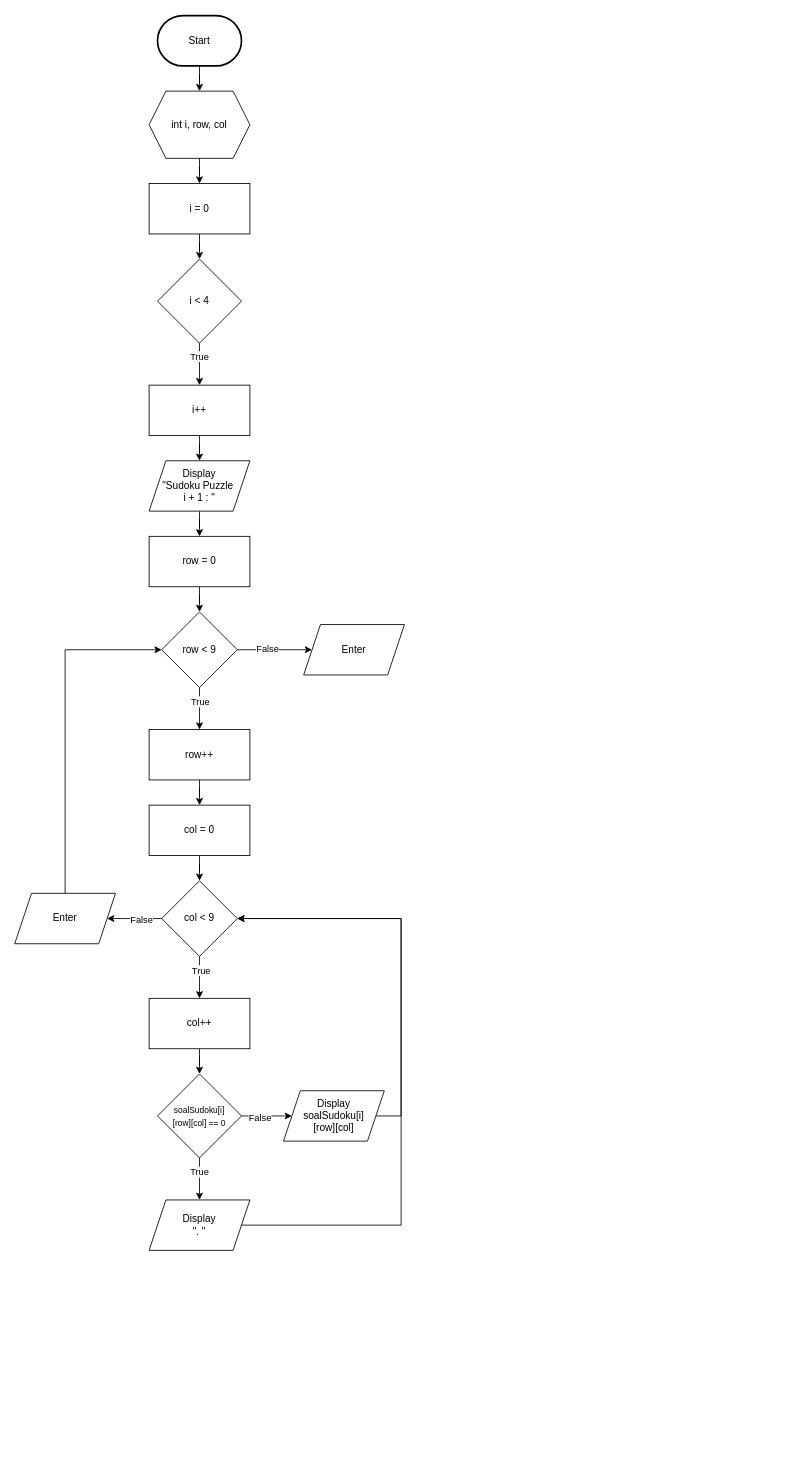
elikawicaksana/BuildIT_BasisData keeps this draw.io diagram as page "Main" (1 of 2) of sudoku.drawio. Above is the earlier version. Source tidied: cells renumbered, new cells numbered last; positions are measured from the earlier drawing's top-left corner, leaving out a move shared by most shapes. Both pictures are drawn from the tidied source at 84%, with x=0, y=0 at pixel (14, 15).
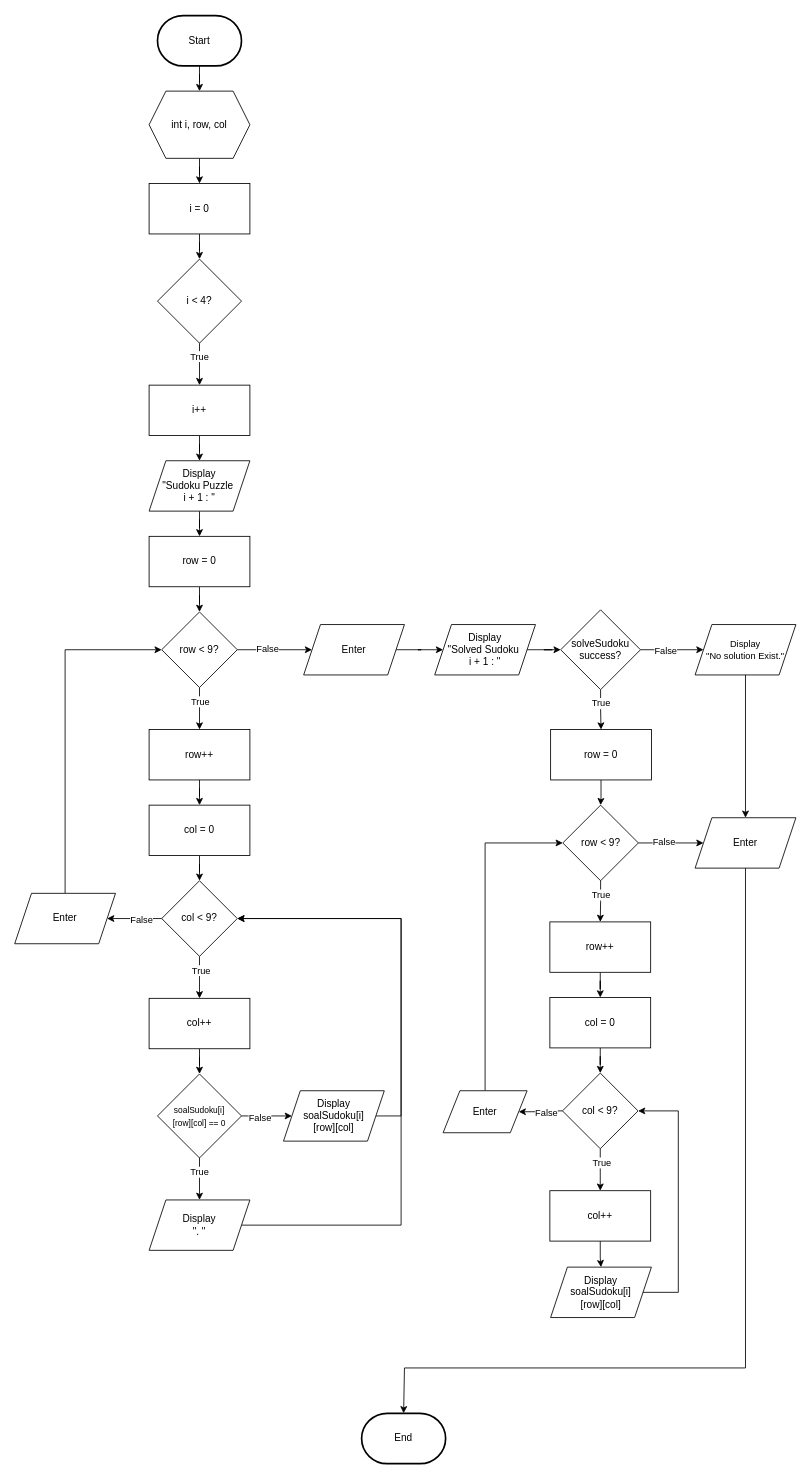
After the change.

The change refers to these unchanged cells:
```xml
<mxCell id="44" value="Enter" style="shape=parallelogram;perimeter=parallelogramPerimeter;whiteSpace=wrap;html=1;fixedSize=1;" parent="1" vertex="1">
  <mxGeometry x="344" y="725" width="120" height="60" as="geometry" />
</mxCell>
```

What changed in the source:
```diff
@@
-    <mxCell id="10" value="i &amp;lt; 4" style="rhombus;whiteSpace=wrap;html=1;" parent="1" vertex="1">
+    <mxCell id="10" value="i &amp;lt; 4?" style="rhombus;whiteSpace=wrap;html=1;" parent="1" vertex="1">
       <mxGeometry x="170" y="290" width="100" height="100" as="geometry" />
     </mxCell>
@@
-    <mxCell id="21" value="row &amp;lt; 9" style="rhombus;whiteSpace=wrap;html=1;" parent="1" vertex="1">
+    <mxCell id="21" value="row &amp;lt; 9?" style="rhombus;whiteSpace=wrap;html=1;" parent="1" vertex="1">
       <mxGeometry x="175" y="710" width="90" height="90" as="geometry" />
     </mxCell>
@@
-    <mxCell id="30" value="col &amp;lt; 9" style="rhombus;whiteSpace=wrap;html=1;" parent="1" vertex="1">
+    <mxCell id="30" value="col &amp;lt; 9?" style="rhombus;whiteSpace=wrap;html=1;" parent="1" vertex="1">
       <mxGeometry x="175" y="1030" width="90" height="90" as="geometry" />
     </mxCell>
@@
+    <mxCell id="45" style="edgeStyle=orthogonalEdgeStyle;rounded=0;jettySize=auto;html=1;entryX=0;entryY=0.5;entryDx=0;entryDy=0;" parent="1" edge="1" source="44" target="47">
+      <mxGeometry relative="1" as="geometry" />
+    </mxCell>
@@
+    <mxCell id="46" style="edgeStyle=orthogonalEdgeStyle;rounded=0;jettySize=auto;html=1;entryX=0;entryY=0.5;entryDx=0;entryDy=0;" parent="1" edge="1" source="47" target="52">
+      <mxGeometry relative="1" as="geometry" />
+    </mxCell>
+    <mxCell id="47" value="Display&lt;div&gt;&quot;Solved Sudoku&amp;nbsp;&lt;/div&gt;&lt;div&gt;i + 1 : &quot;&lt;/div&gt;" style="shape=parallelogram;perimeter=parallelogramPerimeter;whiteSpace=wrap;html=1;fixedSize=1;" parent="1" vertex="1">
+      <mxGeometry x="500" y="725" width="120" height="60" as="geometry" />
+    </mxCell>
+    <mxCell id="48" style="edgeStyle=orthogonalEdgeStyle;rounded=0;jettySize=auto;html=1;entryX=0;entryY=0.5;entryDx=0;entryDy=0;" parent="1" edge="1" source="52" target="54">
+      <mxGeometry relative="1" as="geometry" />
+    </mxCell>
+    <mxCell id="49" value="False" style="edgeLabel;html=1;align=center;verticalAlign=middle;" parent="48" vertex="1">
+      <mxGeometry x="-0.22" relative="1" as="geometry" />
+    </mxCell>
+    <mxCell id="50" style="edgeStyle=orthogonalEdgeStyle;rounded=0;jettySize=auto;html=1;entryX=0.5;entryY=0;entryDx=0;entryDy=0;" parent="1" edge="1" source="52" target="56">
+      <mxGeometry relative="1" as="geometry" />
+    </mxCell>
+    <mxCell id="51" value="True" style="edgeLabel;html=1;align=center;verticalAlign=middle;" parent="50" vertex="1">
+      <mxGeometry x="-0.34" relative="1" as="geometry" />
+    </mxCell>
+    <mxCell id="52" value="solveSudoku&lt;div&gt;success?&lt;/div&gt;" style="rhombus;whiteSpace=wrap;html=1;" parent="1" vertex="1">
+      <mxGeometry x="650" y="707.5" width="95" height="95" as="geometry" />
+    </mxCell>
+    <mxCell id="53" style="edgeStyle=orthogonalEdgeStyle;rounded=0;jettySize=auto;html=1;entryX=0.5;entryY=0;entryDx=0;entryDy=0;" parent="1" edge="1" source="54" target="74">
+      <mxGeometry relative="1" as="geometry" />
+    </mxCell>
+    <mxCell id="54" value="&lt;font style=&quot;font-size: 11px;&quot;&gt;Display&lt;/font&gt;&lt;div&gt;&lt;font style=&quot;font-size: 11px;&quot;&gt;&quot;No solution Exist.&quot;&lt;/font&gt;&lt;/div&gt;" style="shape=parallelogram;perimeter=parallelogramPerimeter;whiteSpace=wrap;html=1;fixedSize=1;" parent="1" vertex="1">
+      <mxGeometry x="810" y="725" width="120" height="60" as="geometry" />
+    </mxCell>
+    <mxCell id="55" style="edgeStyle=orthogonalEdgeStyle;rounded=0;jettySize=auto;html=1;entryX=0.5;entryY=0;entryDx=0;entryDy=0;" parent="1" edge="1" source="56" target="61">
+      <mxGeometry relative="1" as="geometry" />
+    </mxCell>
+    <mxCell id="56" value="row = 0" style="rounded=0;whiteSpace=wrap;html=1;" parent="1" vertex="1">
+      <mxGeometry x="638" y="850" width="120" height="60" as="geometry" />
+    </mxCell>
+    <mxCell id="57" style="edgeStyle=orthogonalEdgeStyle;rounded=0;jettySize=auto;html=1;entryX=0.5;entryY=0;entryDx=0;entryDy=0;" parent="1" edge="1" source="61" target="63">
+      <mxGeometry relative="1" as="geometry" />
+    </mxCell>
+    <mxCell id="58" value="True" style="edgeLabel;html=1;align=center;verticalAlign=middle;" parent="57" vertex="1">
+      <mxGeometry x="-0.37" relative="1" as="geometry" />
+    </mxCell>
+    <mxCell id="59" style="edgeStyle=orthogonalEdgeStyle;rounded=0;jettySize=auto;html=1;entryX=0;entryY=0.5;entryDx=0;entryDy=0;" parent="1" edge="1" source="61" target="74">
+      <mxGeometry relative="1" as="geometry" />
+    </mxCell>
+    <mxCell id="60" value="False" style="edgeLabel;html=1;align=center;verticalAlign=middle;" parent="59" vertex="1">
+      <mxGeometry x="-0.22" y="2" relative="1" as="geometry" />
+    </mxCell>
+    <mxCell id="61" value="row &amp;lt; 9?" style="rhombus;whiteSpace=wrap;html=1;" parent="1" vertex="1">
+      <mxGeometry x="652.5" y="940" width="90" height="90" as="geometry" />
+    </mxCell>
+    <mxCell id="62" style="edgeStyle=orthogonalEdgeStyle;rounded=0;jettySize=auto;html=1;entryX=0.5;entryY=0;entryDx=0;entryDy=0;" parent="1" edge="1" source="63" target="65">
+      <mxGeometry relative="1" as="geometry" />
+    </mxCell>
+    <mxCell id="63" value="row++" style="rounded=0;whiteSpace=wrap;html=1;" parent="1" vertex="1">
+      <mxGeometry x="637.1" y="1079" width="120" height="60" as="geometry" />
+    </mxCell>
+    <mxCell id="64" style="edgeStyle=orthogonalEdgeStyle;rounded=0;jettySize=auto;html=1;entryX=0.5;entryY=0;entryDx=0;entryDy=0;" parent="1" edge="1" source="65" target="70">
+      <mxGeometry relative="1" as="geometry" />
+    </mxCell>
+    <mxCell id="65" value="col = 0" style="rounded=0;whiteSpace=wrap;html=1;" parent="1" vertex="1">
+      <mxGeometry x="637.1" y="1169" width="120" height="60" as="geometry" />
+    </mxCell>
+    <mxCell id="66" style="edgeStyle=orthogonalEdgeStyle;rounded=0;jettySize=auto;html=1;entryX=0.5;entryY=0;entryDx=0;entryDy=0;" parent="1" edge="1" source="70" target="72">
+      <mxGeometry relative="1" as="geometry" />
+    </mxCell>
+    <mxCell id="67" value="True" style="edgeLabel;html=1;align=center;verticalAlign=middle;" parent="66" vertex="1">
+      <mxGeometry x="-0.34" y="1" relative="1" as="geometry" />
+    </mxCell>
+    <mxCell id="68" style="edgeStyle=orthogonalEdgeStyle;rounded=0;jettySize=auto;html=1;entryX=1;entryY=0.5;entryDx=0;entryDy=0;" parent="1" edge="1" source="70" target="77">
+      <mxGeometry relative="1" as="geometry" />
+    </mxCell>
+    <mxCell id="69" value="False" style="edgeLabel;html=1;align=center;verticalAlign=middle;" parent="68" vertex="1">
+      <mxGeometry x="-0.24" y="1" relative="1" as="geometry" />
+    </mxCell>
+    <mxCell id="70" value="col &amp;lt; 9?" style="rhombus;whiteSpace=wrap;html=1;" parent="1" vertex="1">
+      <mxGeometry x="652.1" y="1259" width="90" height="90" as="geometry" />
+    </mxCell>
+    <mxCell id="71" style="edgeStyle=orthogonalEdgeStyle;rounded=0;jettySize=auto;html=1;entryX=0.5;entryY=0;entryDx=0;entryDy=0;" parent="1" edge="1" source="72" target="76">
+      <mxGeometry relative="1" as="geometry" />
+    </mxCell>
+    <mxCell id="72" value="col++" style="rounded=0;whiteSpace=wrap;html=1;" parent="1" vertex="1">
+      <mxGeometry x="637.1" y="1399" width="120" height="60" as="geometry" />
+    </mxCell>
+    <mxCell id="73" style="edgeStyle=orthogonalEdgeStyle;rounded=0;jettySize=auto;html=1;entryX=0;entryY=0.5;entryDx=0;entryDy=0;exitX=0.5;exitY=0;exitDx=0;exitDy=0;" parent="1" edge="1" source="77" target="61">
+      <mxGeometry relative="1" as="geometry">
+        <Array as="points">
+          <mxPoint x="560" y="985" />
+        </Array>
+      </mxGeometry>
+    </mxCell>
+    <mxCell id="74" value="Enter" style="shape=parallelogram;perimeter=parallelogramPerimeter;whiteSpace=wrap;html=1;fixedSize=1;" parent="1" vertex="1">
+      <mxGeometry x="810" y="955" width="120" height="60" as="geometry" />
+    </mxCell>
+    <mxCell id="75" style="edgeStyle=orthogonalEdgeStyle;rounded=0;jettySize=auto;html=1;entryX=1;entryY=0.5;entryDx=0;entryDy=0;" parent="1" edge="1" source="76" target="70">
+      <mxGeometry relative="1" as="geometry">
+        <Array as="points">
+          <mxPoint x="790" y="1520" />
+          <mxPoint x="790" y="1304" />
+        </Array>
+      </mxGeometry>
+    </mxCell>
+    <mxCell id="76" value="Display&lt;br&gt;soalSudoku[i]&lt;div&gt;[row][col]&lt;br&gt;&lt;/div&gt;" style="shape=parallelogram;perimeter=parallelogramPerimeter;whiteSpace=wrap;html=1;fixedSize=1;" parent="1" vertex="1">
+      <mxGeometry x="638" y="1490" width="120" height="60" as="geometry" />
+    </mxCell>
+    <mxCell id="77" value="Enter" style="shape=parallelogram;perimeter=parallelogramPerimeter;whiteSpace=wrap;html=1;fixedSize=1;" parent="1" vertex="1">
+      <mxGeometry x="510" y="1280" width="100" height="50" as="geometry" />
+    </mxCell>
+    <mxCell id="78" value="End" style="strokeWidth=2;html=1;shape=mxgraph.flowchart.terminator;whiteSpace=wrap;" parent="1" vertex="1">
+      <mxGeometry x="413" y="1664" width="100" height="60" as="geometry" />
+    </mxCell>
+    <mxCell id="79" style="edgeStyle=orthogonalEdgeStyle;rounded=0;jettySize=auto;html=1;entryX=0.5;entryY=0;entryDx=0;entryDy=0;entryPerimeter=0;" parent="1" edge="1" source="74" target="78">
+      <mxGeometry relative="1" as="geometry">
+        <Array as="points">
+          <mxPoint x="870" y="1610" />
+          <mxPoint x="464" y="1610" />
+        </Array>
+      </mxGeometry>
+    </mxCell>
```
